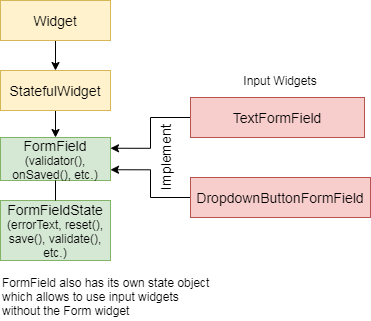
Above: flutter/form4.png in walkingtree/images (draw.io), before the change. Source tidied: cells renumbered, new cells last; positions are measured from the earlier drawing's top-left corner, leaving out a move shared by most shapes.
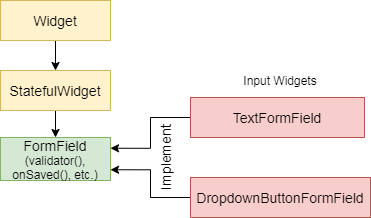
After the change.

Diff of the diagram source:
```diff
@@ -32,17 +32,8 @@
     <mxCell id="11" value="&lt;font style=&quot;font-size: 14px&quot;&gt;Implement&lt;/font&gt;" style="text;html=1;strokeColor=none;fillColor=none;align=center;verticalAlign=middle;whiteSpace=wrap;rounded=0;rotation=-90;" parent="1" vertex="1">
       <mxGeometry x="130" y="147" width="70" height="20" as="geometry" />
     </mxCell>
-    <mxCell id="12" value="&lt;font&gt;&lt;span style=&quot;font-size: 14px&quot;&gt;FormFieldState&lt;/span&gt;&lt;br&gt;&lt;font style=&quot;font-size: 12px&quot;&gt;(errorText, reset(), save(), validate(), etc.)&lt;/font&gt;&lt;br&gt;&lt;/font&gt;" style="rounded=0;whiteSpace=wrap;html=1;fillColor=#d5e8d4;strokeColor=#82b366;" parent="1" vertex="1">
-      <mxGeometry y="200" width="110" height="60" as="geometry" />
-    </mxCell>
-    <mxCell id="13" style="endArrow=none;html=1;entryX=0.5;entryY=1;entryDx=0;entryDy=0;exitX=0.5;exitY=0;exitDx=0;exitDy=0;" parent="1" edge="1" source="12" target="6">
-      <mxGeometry relative="1" as="geometry" />
-    </mxCell>
     <mxCell id="14" value="Input Widgets" style="text;html=1;strokeColor=none;fillColor=none;align=center;verticalAlign=middle;whiteSpace=wrap;rounded=0;" parent="1" vertex="1">
       <mxGeometry x="240" y="70" width="80" height="20" as="geometry" />
     </mxCell>
-    <mxCell id="15" value="FormField also has its own state object which allows to use input widgets without the Form widget&amp;nbsp;" style="text;html=1;strokeColor=none;fillColor=none;align=left;verticalAlign=middle;whiteSpace=wrap;rounded=0;" parent="1" vertex="1">
-      <mxGeometry y="272" width="210" height="48" as="geometry" />
-    </mxCell>
   </root>
 </mxGraphModel>
```
